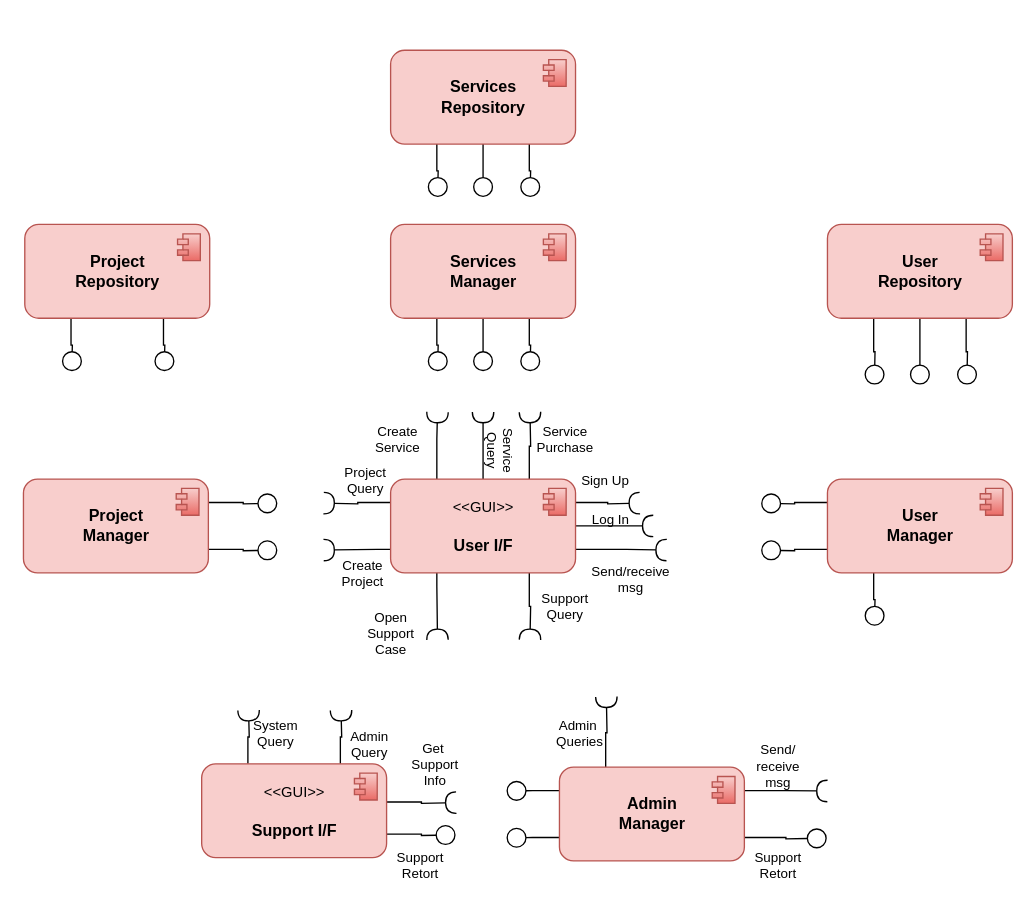
Earlier version of the draw.io diagram page "Component Diagram" (3 of 3) of SAD Diagrams.drawio (Itaybarbar/myProject). Source tidied: cells renumbered, new cells numbered last; positions are measured from the earlier drawing's top-left corner, leaving out a move shared by most shapes. Both pictures are drawn from the tidied source at 134%, with x=0, y=0 at pixel (23, 50).
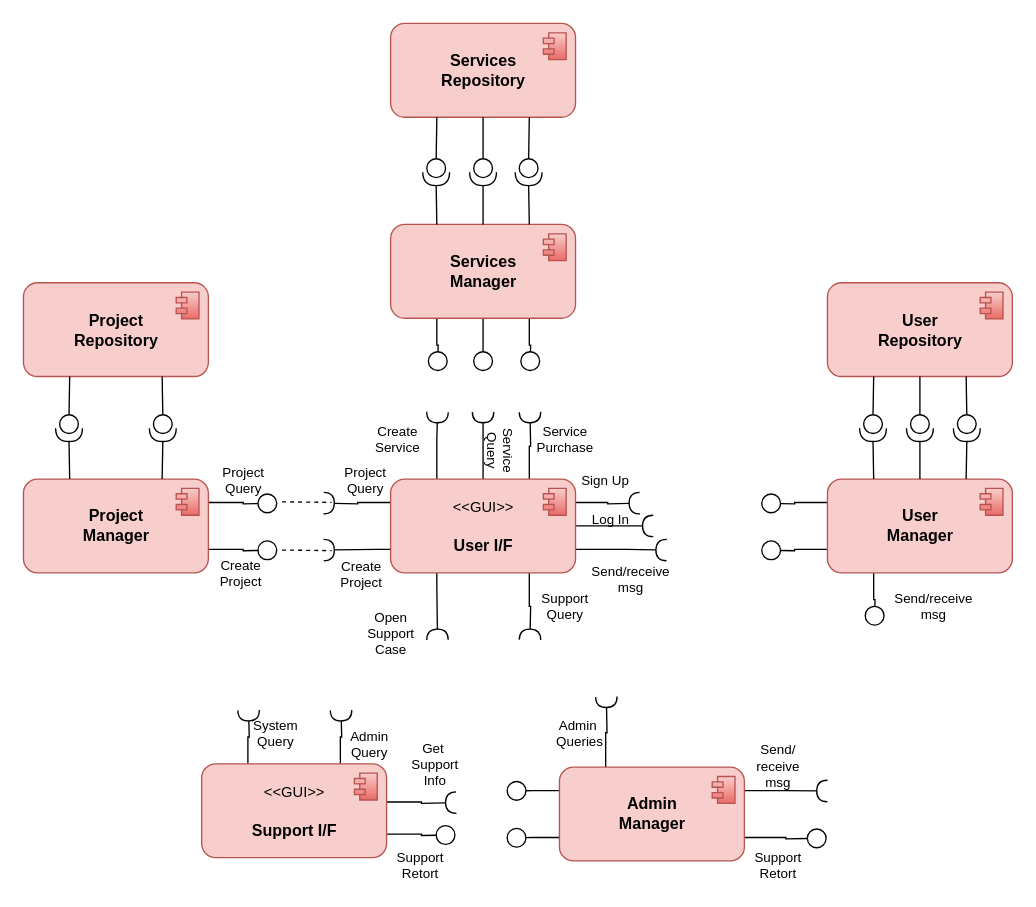
The same page after the edit.

Unchanged cells that the change refers to:
```xml
<mxCell id="4" style="edgeStyle=orthogonalEdgeStyle;rounded=0;jettySize=auto;html=1;exitX=0;exitY=0.75;exitDx=0;exitDy=0;endArrow=halfCircle;endFill=0;arcSize=20;strokeWidth=1;targetPerimeterSpacing=12;sourcePerimeterSpacing=0;" parent="1" edge="1" source="15">
  <mxGeometry relative="1" as="geometry">
    <mxPoint x="224" y="373" as="targetPoint" />
    <Array as="points">
      <mxPoint x="264" y="373" />
      <mxPoint x="264" y="373" />
    </Array>
  </mxGeometry>
</mxCell>
<mxCell id="32" value="&lt;blockquote style=&quot;margin: 0 0 0 40px ; border: none ; padding: 0px&quot;&gt;&lt;/blockquote&gt;&lt;font style=&quot;font-size: 12px&quot;&gt;User&lt;/font&gt;&lt;br&gt;Manager&lt;br&gt; " style="html=1;fillColor=#f8cecc;strokeColor=#b85450;align=center;fontStyle=1;perimeterSpacing=0;rounded=1;" parent="1" vertex="1">
  <mxGeometry x="600" y="320" width="138" height="70" as="geometry" />
</mxCell>
<mxCell id="42" value="&lt;blockquote style=&quot;margin: 0 0 0 40px ; border: none ; padding: 0px&quot;&gt;&lt;/blockquote&gt;&lt;font style=&quot;font-size: 12px&quot;&gt;Services&lt;/font&gt;&lt;br&gt;Manager&lt;br&gt; " style="html=1;fillColor=#f8cecc;strokeColor=#b85450;align=center;fontStyle=1;perimeterSpacing=0;rounded=1;" parent="1" vertex="1">
  <mxGeometry x="274" y="130" width="138" height="70" as="geometry" />
</mxCell>
<mxCell id="51" value="&lt;blockquote style=&quot;margin: 0 0 0 40px ; border: none ; padding: 0px&quot;&gt;&lt;/blockquote&gt;&lt;font style=&quot;font-size: 12px&quot;&gt;Project&lt;/font&gt;&lt;br&gt;Manager&lt;br&gt; " style="html=1;fillColor=#f8cecc;strokeColor=#b85450;align=center;fontStyle=1;perimeterSpacing=0;rounded=1;" parent="1" vertex="1">
  <mxGeometry y="320" width="138" height="70" as="geometry" />
</mxCell>
```

The edit, as a diff of the source:
```diff
@@
     <mxCell id="5" value="Create&lt;br style=&quot;font-size: 10px;&quot;&gt;Project" style="edgeLabel;html=1;align=center;verticalAlign=middle;fontSize=10;" parent="4" vertex="1">
       <mxGeometry x="0.28" y="-1" relative="1" as="geometry">
-        <mxPoint x="11" y="18" as="offset" />
+        <mxPoint x="-80" y="18" as="offset" />
       </mxGeometry>
     </mxCell>
@@
-    <mxCell id="34" style="edgeStyle=orthogonalEdgeStyle;rounded=0;jettySize=auto;html=1;exitX=0.25;exitY=1;exitDx=0;exitDy=0;endArrow=circle;endFill=0;" parent="1" edge="1" source="37">
-      <mxGeometry relative="1" as="geometry">
-        <mxPoint x="635" y="250" as="targetPoint" />
-      </mxGeometry>
-    </mxCell>
-    <mxCell id="35" style="edgeStyle=orthogonalEdgeStyle;rounded=0;jettySize=auto;html=1;exitX=0.5;exitY=1;exitDx=0;exitDy=0;endArrow=circle;endFill=0;" parent="1" edge="1" source="37">
-      <mxGeometry relative="1" as="geometry">
-        <mxPoint x="669" y="250" as="targetPoint" />
-      </mxGeometry>
-    </mxCell>
-    <mxCell id="36" style="edgeStyle=orthogonalEdgeStyle;rounded=0;jettySize=auto;html=1;exitX=0.75;exitY=1;exitDx=0;exitDy=0;endArrow=circle;endFill=0;" parent="1" edge="1" source="37">
-      <mxGeometry relative="1" as="geometry">
-        <mxPoint x="704" y="250" as="targetPoint" />
-      </mxGeometry>
-    </mxCell>
     <mxCell id="37" value="&lt;blockquote style=&quot;margin: 0 0 0 40px ; border: none ; padding: 0px&quot;&gt;&lt;/blockquote&gt;&lt;font style=&quot;font-size: 12px&quot;&gt;User&lt;/font&gt;&lt;br&gt;Repository&lt;br&gt; " style="html=1;fillColor=#f8cecc;strokeColor=#b85450;align=center;fontStyle=1;perimeterSpacing=0;rounded=1;" parent="1" vertex="1">
-      <mxGeometry x="600" y="130" width="138" height="70" as="geometry" />
+      <mxGeometry x="600" y="173.5" width="138" height="70" as="geometry" />
     </mxCell>
@@
-    <mxCell id="44" style="edgeStyle=orthogonalEdgeStyle;rounded=0;jettySize=auto;html=1;exitX=0.25;exitY=1;exitDx=0;exitDy=0;endArrow=circle;endFill=0;" parent="1" edge="1" source="47">
-      <mxGeometry relative="1" as="geometry">
-        <mxPoint x="309" y="110" as="targetPoint" />
-      </mxGeometry>
-    </mxCell>
-    <mxCell id="45" style="edgeStyle=orthogonalEdgeStyle;rounded=0;jettySize=auto;html=1;exitX=0.5;exitY=1;exitDx=0;exitDy=0;endArrow=circle;endFill=0;" parent="1" edge="1" source="47">
-      <mxGeometry relative="1" as="geometry">
-        <mxPoint x="343" y="110" as="targetPoint" />
-      </mxGeometry>
-    </mxCell>
-    <mxCell id="46" style="edgeStyle=orthogonalEdgeStyle;rounded=0;jettySize=auto;html=1;exitX=0.75;exitY=1;exitDx=0;exitDy=0;endArrow=circle;endFill=0;" parent="1" edge="1" source="47">
-      <mxGeometry relative="1" as="geometry">
-        <mxPoint x="378" y="110" as="targetPoint" />
-      </mxGeometry>
-    </mxCell>
     <mxCell id="47" value="&lt;blockquote style=&quot;margin: 0 0 0 40px ; border: none ; padding: 0px&quot;&gt;&lt;/blockquote&gt;&lt;font style=&quot;font-size: 12px&quot;&gt;Services&lt;/font&gt;&lt;br&gt;Repository&lt;br&gt; " style="html=1;fillColor=#f8cecc;strokeColor=#b85450;align=center;fontStyle=1;perimeterSpacing=0;rounded=1;" parent="1" vertex="1">
-      <mxGeometry x="274" width="138" height="70" as="geometry" />
+      <mxGeometry x="274" y="-20" width="138" height="70" as="geometry" />
     </mxCell>
@@
-    <mxCell id="53" style="edgeStyle=orthogonalEdgeStyle;rounded=0;jettySize=auto;html=1;exitX=0.75;exitY=1;exitDx=0;exitDy=0;endArrow=circle;endFill=0;" parent="1" edge="1" source="55">
-      <mxGeometry relative="1" as="geometry">
-        <mxPoint x="105" y="240" as="targetPoint" />
-      </mxGeometry>
-    </mxCell>
-    <mxCell id="54" style="edgeStyle=orthogonalEdgeStyle;rounded=0;jettySize=auto;html=1;exitX=0.25;exitY=1;exitDx=0;exitDy=0;endArrow=circle;endFill=0;" parent="1" edge="1" source="55">
-      <mxGeometry relative="1" as="geometry">
-        <mxPoint x="36" y="240" as="targetPoint" />
-      </mxGeometry>
-    </mxCell>
     <mxCell id="55" value="&lt;blockquote style=&quot;margin: 0 0 0 40px ; border: none ; padding: 0px&quot;&gt;&lt;/blockquote&gt;Project&lt;br&gt;Repository&lt;br&gt; " style="html=1;fillColor=#f8cecc;strokeColor=#b85450;align=center;fontStyle=1;perimeterSpacing=0;rounded=1;" parent="1" vertex="1">
-      <mxGeometry x="1" y="130" width="138" height="70" as="geometry" />
+      <mxGeometry y="173.5" width="138" height="70" as="geometry" />
     </mxCell>
@@
+    <mxCell id="72" style="edgeStyle=orthogonalEdgeStyle;rounded=0;jettySize=auto;html=1;exitX=1;exitY=0.5;exitDx=0;exitDy=0;exitPerimeter=0;entryX=0.75;entryY=0;entryDx=0;entryDy=0;endArrow=none;endFill=0;endSize=8;" parent="1" edge="1" source="74" target="32">
+      <mxGeometry relative="1" as="geometry" />
+    </mxCell>
+    <mxCell id="73" style="edgeStyle=orthogonalEdgeStyle;rounded=0;jettySize=auto;html=1;exitX=0;exitY=0.5;exitDx=0;exitDy=0;exitPerimeter=0;entryX=0.75;entryY=1;entryDx=0;entryDy=0;endArrow=none;endFill=0;endSize=8;" parent="1" edge="1" source="74" target="37">
+      <mxGeometry relative="1" as="geometry" />
+    </mxCell>
+    <mxCell id="74" style="shape=providedRequiredInterface;html=1;verticalLabelPosition=bottom;sketch=0;direction=south;" parent="1" vertex="1">
+      <mxGeometry x="694" y="272" width="20" height="20" as="geometry" />
+    </mxCell>
+    <mxCell id="75" style="edgeStyle=orthogonalEdgeStyle;rounded=0;jettySize=auto;html=1;exitX=0;exitY=0.5;exitDx=0;exitDy=0;exitPerimeter=0;entryX=0.5;entryY=1;entryDx=0;entryDy=0;endArrow=none;endFill=0;endSize=8;" parent="1" edge="1" source="77" target="37">
+      <mxGeometry relative="1" as="geometry" />
+    </mxCell>
+    <mxCell id="76" style="edgeStyle=orthogonalEdgeStyle;rounded=0;jettySize=auto;html=1;exitX=1;exitY=0.5;exitDx=0;exitDy=0;exitPerimeter=0;entryX=0.5;entryY=0;entryDx=0;entryDy=0;endArrow=none;endFill=0;endSize=8;" parent="1" edge="1" source="77" target="32">
+      <mxGeometry relative="1" as="geometry" />
+    </mxCell>
+    <mxCell id="77" style="shape=providedRequiredInterface;html=1;verticalLabelPosition=bottom;sketch=0;direction=south;" parent="1" vertex="1">
+      <mxGeometry x="659" y="272" width="20" height="20" as="geometry" />
+    </mxCell>
+    <mxCell id="78" style="edgeStyle=orthogonalEdgeStyle;rounded=0;jettySize=auto;html=1;exitX=0;exitY=0.5;exitDx=0;exitDy=0;exitPerimeter=0;entryX=0.25;entryY=1;entryDx=0;entryDy=0;endArrow=none;endFill=0;endSize=8;" parent="1" edge="1" source="80" target="37">
+      <mxGeometry relative="1" as="geometry" />
+    </mxCell>
+    <mxCell id="79" style="edgeStyle=orthogonalEdgeStyle;rounded=0;jettySize=auto;html=1;exitX=1;exitY=0.5;exitDx=0;exitDy=0;exitPerimeter=0;entryX=0.25;entryY=0;entryDx=0;entryDy=0;endArrow=none;endFill=0;endSize=8;" parent="1" edge="1" source="80" target="32">
+      <mxGeometry relative="1" as="geometry" />
+    </mxCell>
+    <mxCell id="80" style="shape=providedRequiredInterface;html=1;verticalLabelPosition=bottom;sketch=0;direction=south;" parent="1" vertex="1">
+      <mxGeometry x="624" y="272" width="20" height="20" as="geometry" />
+    </mxCell>
+    <mxCell id="81" style="edgeStyle=orthogonalEdgeStyle;rounded=0;jettySize=auto;html=1;exitX=0;exitY=0.5;exitDx=0;exitDy=0;exitPerimeter=0;entryX=0.75;entryY=1;entryDx=0;entryDy=0;endArrow=none;endFill=0;endSize=8;" parent="1" edge="1" source="83" target="55">
+      <mxGeometry relative="1" as="geometry" />
+    </mxCell>
+    <mxCell id="82" style="edgeStyle=orthogonalEdgeStyle;rounded=0;jettySize=auto;html=1;exitX=1;exitY=0.5;exitDx=0;exitDy=0;exitPerimeter=0;entryX=0.75;entryY=0;entryDx=0;entryDy=0;endArrow=none;endFill=0;endSize=8;" parent="1" edge="1" source="83" target="51">
+      <mxGeometry relative="1" as="geometry" />
+    </mxCell>
+    <mxCell id="83" style="shape=providedRequiredInterface;html=1;verticalLabelPosition=bottom;sketch=0;direction=south;" parent="1" vertex="1">
+      <mxGeometry x="94" y="272" width="20" height="20" as="geometry" />
+    </mxCell>
+    <mxCell id="84" style="edgeStyle=orthogonalEdgeStyle;rounded=0;jettySize=auto;html=1;exitX=0;exitY=0.5;exitDx=0;exitDy=0;exitPerimeter=0;entryX=0.25;entryY=1;entryDx=0;entryDy=0;endArrow=none;endFill=0;endSize=8;" parent="1" edge="1" source="86" target="55">
+      <mxGeometry relative="1" as="geometry" />
+    </mxCell>
+    <mxCell id="85" style="edgeStyle=orthogonalEdgeStyle;rounded=0;jettySize=auto;html=1;exitX=1;exitY=0.5;exitDx=0;exitDy=0;exitPerimeter=0;entryX=0.25;entryY=0;entryDx=0;entryDy=0;endArrow=none;endFill=0;endSize=8;" parent="1" edge="1" source="86" target="51">
+      <mxGeometry relative="1" as="geometry" />
+    </mxCell>
+    <mxCell id="86" style="shape=providedRequiredInterface;html=1;verticalLabelPosition=bottom;sketch=0;direction=south;" parent="1" vertex="1">
+      <mxGeometry x="24" y="272" width="20" height="20" as="geometry" />
+    </mxCell>
+    <mxCell id="87" style="edgeStyle=orthogonalEdgeStyle;rounded=0;jettySize=auto;html=1;exitX=0;exitY=0.5;exitDx=0;exitDy=0;exitPerimeter=0;entryX=0.75;entryY=1;entryDx=0;entryDy=0;endArrow=none;endFill=0;endSize=8;" parent="1" edge="1" source="89" target="47">
+      <mxGeometry relative="1" as="geometry" />
+    </mxCell>
+    <mxCell id="88" style="edgeStyle=orthogonalEdgeStyle;rounded=0;jettySize=auto;html=1;exitX=1;exitY=0.5;exitDx=0;exitDy=0;exitPerimeter=0;entryX=0.75;entryY=0;entryDx=0;entryDy=0;endArrow=none;endFill=0;endSize=8;" parent="1" edge="1" source="89" target="42">
+      <mxGeometry relative="1" as="geometry" />
+    </mxCell>
+    <mxCell id="89" style="shape=providedRequiredInterface;html=1;verticalLabelPosition=bottom;sketch=0;direction=south;" parent="1" vertex="1">
+      <mxGeometry x="367" y="81" width="20" height="20" as="geometry" />
+    </mxCell>
+    <mxCell id="90" style="edgeStyle=orthogonalEdgeStyle;rounded=0;jettySize=auto;html=1;exitX=0;exitY=0.5;exitDx=0;exitDy=0;exitPerimeter=0;entryX=0.25;entryY=1;entryDx=0;entryDy=0;endArrow=none;endFill=0;endSize=8;" parent="1" edge="1" source="92" target="47">
+      <mxGeometry relative="1" as="geometry" />
+    </mxCell>
+    <mxCell id="91" style="edgeStyle=orthogonalEdgeStyle;rounded=0;jettySize=auto;html=1;exitX=1;exitY=0.5;exitDx=0;exitDy=0;exitPerimeter=0;entryX=0.25;entryY=0;entryDx=0;entryDy=0;endArrow=none;endFill=0;endSize=8;" parent="1" edge="1" source="92" target="42">
+      <mxGeometry relative="1" as="geometry" />
+    </mxCell>
+    <mxCell id="92" style="shape=providedRequiredInterface;html=1;verticalLabelPosition=bottom;sketch=0;direction=south;" parent="1" vertex="1">
+      <mxGeometry x="298" y="81" width="20" height="20" as="geometry" />
+    </mxCell>
+    <mxCell id="93" style="edgeStyle=orthogonalEdgeStyle;rounded=0;jettySize=auto;html=1;exitX=0;exitY=0.5;exitDx=0;exitDy=0;exitPerimeter=0;entryX=0.5;entryY=1;entryDx=0;entryDy=0;endArrow=none;endFill=0;endSize=8;" parent="1" edge="1" source="95" target="47">
+      <mxGeometry relative="1" as="geometry" />
+    </mxCell>
+    <mxCell id="94" style="edgeStyle=orthogonalEdgeStyle;rounded=0;jettySize=auto;html=1;exitX=1;exitY=0.5;exitDx=0;exitDy=0;exitPerimeter=0;entryX=0.5;entryY=0;entryDx=0;entryDy=0;endArrow=none;endFill=0;endSize=8;" parent="1" edge="1" source="95" target="42">
+      <mxGeometry relative="1" as="geometry" />
+    </mxCell>
+    <mxCell id="95" style="shape=providedRequiredInterface;html=1;verticalLabelPosition=bottom;sketch=0;direction=south;" parent="1" vertex="1">
+      <mxGeometry x="333" y="81" width="20" height="20" as="geometry" />
+    </mxCell>
+    <mxCell id="96" style="endArrow=none;dashed=1;html=1;rounded=0;endSize=8;" parent="1" edge="1">
+      <mxGeometry relative="1" as="geometry">
+        <mxPoint x="193" y="337" as="sourcePoint" />
+        <mxPoint x="230" y="337.4" as="targetPoint" />
+      </mxGeometry>
+    </mxCell>
+    <mxCell id="97" style="endArrow=none;dashed=1;html=1;rounded=0;endSize=8;" parent="1" edge="1">
+      <mxGeometry relative="1" as="geometry">
+        <mxPoint x="193" y="373" as="sourcePoint" />
+        <mxPoint x="230" y="373.4" as="targetPoint" />
+      </mxGeometry>
+    </mxCell>
+    <mxCell id="98" value="Send/receive&lt;br&gt;msg" style="text;html=1;align=center;verticalAlign=middle;strokeColor=none;fillColor=none;fontSize=10;" parent="1" vertex="1">
+      <mxGeometry x="644" y="400" width="70" height="30" as="geometry" />
+    </mxCell>
+    <mxCell id="99" value="Project &lt;br style=&quot;font-size: 10px;&quot;&gt;Query" style="edgeLabel;html=1;align=center;verticalAlign=middle;fontSize=10;labelBackgroundColor=none;" parent="1" vertex="1">
+      <mxGeometry x="163" y="320" as="geometry" />
+    </mxCell>
+    <mxCell id="100" value="Create&lt;br style=&quot;font-size: 10px;&quot;&gt;Project" style="edgeLabel;html=1;align=center;verticalAlign=middle;fontSize=10;" parent="1" vertex="1">
+      <mxGeometry x="258" y="410" as="geometry">
+        <mxPoint x="-7" y="-20" as="offset" />
+      </mxGeometry>
+    </mxCell>
```
